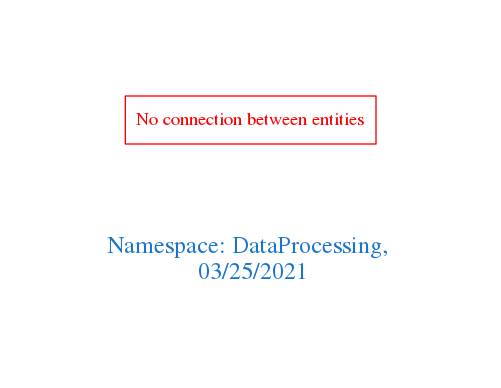
Before: downloads/DataProcessing.png, a diagram exported from Graphviz (arago/OGIT). Its source is kept beside it as downloads/DataProcessing.dot.
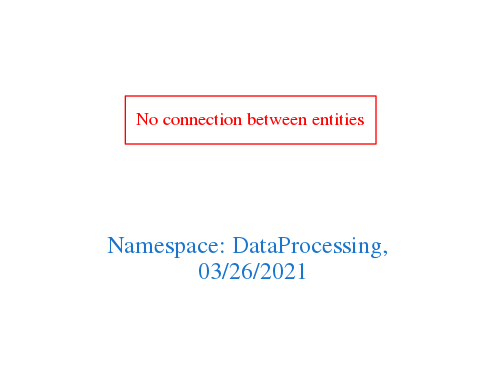
After the change.

Change to the diagram source:
```diff
@@ -1,7 +1,7 @@
 digraph OGIT_ontology {
  graph [ rankdir= LR,pad=1
 fontsize = 18,
-fontcolor= dodgerblue3,label = "\n\n\nNamespace: DataProcessing, \n 03/25/2021"];
+fontcolor= dodgerblue3,label = "\n\n\nNamespace: DataProcessing, \n 03/26/2021"];
 node[shape=polygon];
 edge [  color="gray81"];
 
```
